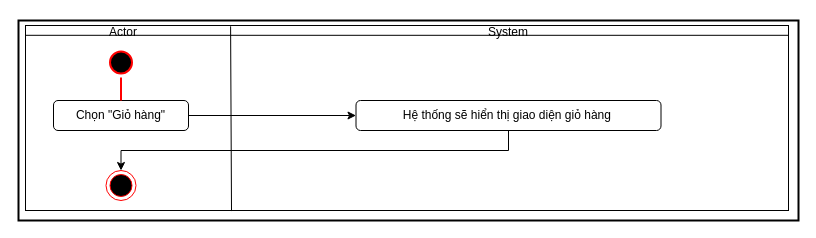
Before: page "hd gio hang" (31 of 36) of Biểu đồ không có tiêu đề.drawio in tongdat27/C-, a draw.io diagram. Source tidied: cells renumbered, new cells numbered last; positions are measured from the earlier drawing's top-left corner, leaving out a move shared by most shapes. Both pictures are drawn from the tidied source at 100%, with x=0, y=0 at pixel (18, 17).
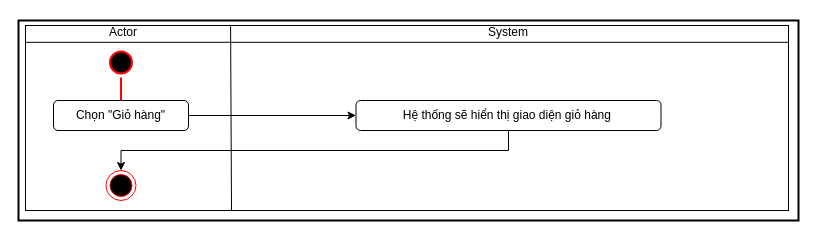
The same diagram, later.

Diff of the diagram source:
```diff
@@
 <mxGraphModel>
   <root>
     <mxCell id="0" />
     <mxCell id="1" parent="0" />
     <mxCell id="2" style="rounded=0;whiteSpace=wrap;html=1;strokeWidth=2;" parent="1" vertex="1">
       <mxGeometry y="3" width="780" height="200" as="geometry" />
     </mxCell>
     <mxCell id="3" style="rounded=0;whiteSpace=wrap;html=1;" parent="1" vertex="1">
       <mxGeometry x="7" y="8" width="763" height="185" as="geometry" />
     </mxCell>
-    <mxCell id="4" style="endArrow=none;html=1;rounded=0;exitX=0;exitY=0.053;exitDx=0;exitDy=0;exitPerimeter=0;entryX=1;entryY=0.053;entryDx=0;entryDy=0;entryPerimeter=0;" parent="1" edge="1" source="3" target="3">
-      <mxGeometry relative="1" as="geometry" />
+    <mxCell id="4" style="endArrow=none;html=1;rounded=0;exitX=0;exitY=0.053;exitDx=0;exitDy=0;exitPerimeter=0;entryX=1;entryY=0.053;entryDx=0;entryDy=0;entryPerimeter=0;" parent="1" edge="1">
+      <mxGeometry relative="1" as="geometry">
+        <mxPoint x="7" y="24.8" as="sourcePoint" />
+        <mxPoint x="770" y="24.8" as="targetPoint" />
+      </mxGeometry>
     </mxCell>
     <mxCell id="5" style="endArrow=none;html=1;rounded=1;exitX=0.261;exitY=0.003;exitDx=0;exitDy=0;exitPerimeter=0;entryX=0.27;entryY=1.003;entryDx=0;entryDy=0;entryPerimeter=0;" parent="1" edge="1" target="3">
       <mxGeometry relative="1" as="geometry">
         <mxPoint x="212.1" y="8.8" as="sourcePoint" />
       </mxGeometry>
     </mxCell>
     <mxCell id="6" value="Actor" style="text;html=1;strokeColor=none;fillColor=none;align=center;verticalAlign=middle;whiteSpace=wrap;rounded=0;" parent="1" vertex="1">
       <mxGeometry x="75" width="60" height="30" as="geometry" />
     </mxCell>
     <mxCell id="7" value="System" style="text;html=1;strokeColor=none;fillColor=none;align=center;verticalAlign=middle;whiteSpace=wrap;rounded=0;" parent="1" vertex="1">
       <mxGeometry x="460" width="60" height="30" as="geometry" />
     </mxCell>
     <mxCell id="8" style="ellipse;html=1;shape=startState;fillColor=#000000;strokeColor=#ff0000;strokeWidth=2;" parent="1" vertex="1">
       <mxGeometry x="87.5" y="30" width="30" height="30" as="geometry" />
     </mxCell>
     <mxCell id="9" value="Hệ thống sẽ hiển thị giao diện giỏ hàng&amp;nbsp;" style="rounded=1;whiteSpace=wrap;html=1;strokeWidth=1;" parent="1" vertex="1">
       <mxGeometry x="337.5" y="83" width="305" height="30" as="geometry" />
     </mxCell>
     <mxCell id="10" style="endArrow=classic;html=1;rounded=1;strokeWidth=1;exitX=1;exitY=0.5;exitDx=0;exitDy=0;" parent="1" edge="1" source="12" target="9">
       <mxGeometry relative="1" as="geometry" />
     </mxCell>
     <mxCell id="11" style="ellipse;html=1;shape=endState;fillColor=#000000;strokeColor=#ff0000;strokeWidth=1;" parent="1" vertex="1">
       <mxGeometry x="87.5" y="153" width="30" height="30" as="geometry" />
     </mxCell>
     <mxCell id="12" value="Chọn &quot;Giỏ hàng&quot;" style="rounded=1;whiteSpace=wrap;html=1;strokeWidth=1;" parent="1" vertex="1">
       <mxGeometry x="35" y="83" width="135" height="30" as="geometry" />
     </mxCell>
     <mxCell id="13" style="edgeStyle=orthogonalEdgeStyle;html=1;verticalAlign=bottom;endArrow=none;endSize=8;strokeColor=#ff0000;rounded=1;strokeWidth=2;" parent="1" edge="1" source="8" target="12">
       <mxGeometry relative="1" as="geometry" />
     </mxCell>
     <mxCell id="14" style="edgeStyle=orthogonalEdgeStyle;rounded=0;jettySize=auto;html=1;exitX=0.5;exitY=1;exitDx=0;exitDy=0;" parent="1" edge="1" source="9" target="11">
       <mxGeometry relative="1" as="geometry" />
     </mxCell>
   </root>
 </mxGraphModel>
```
